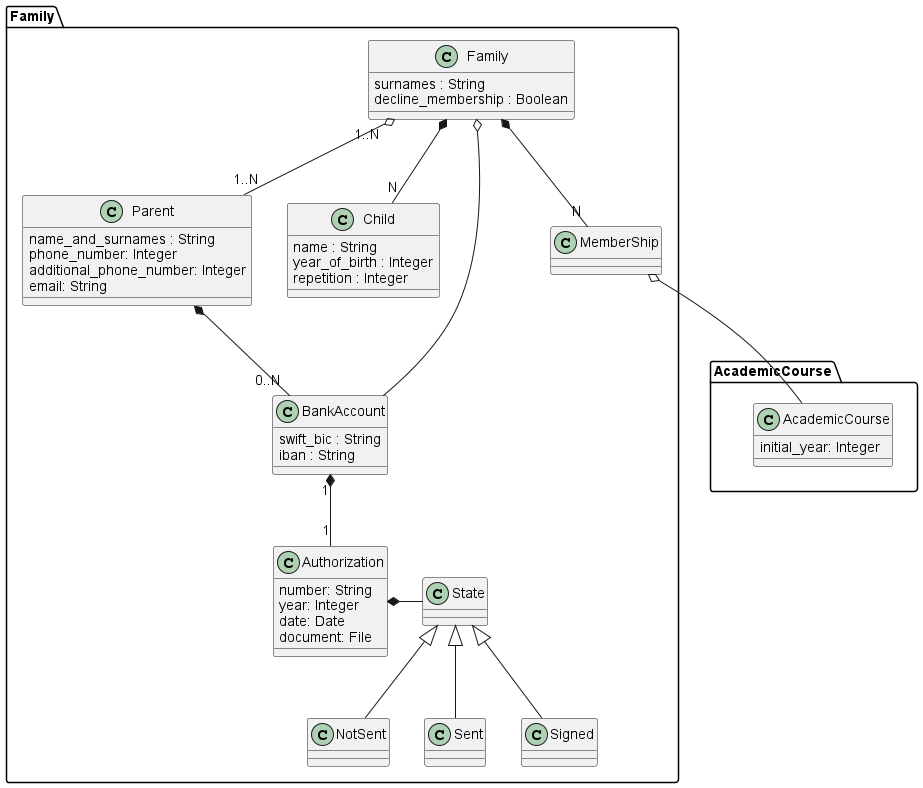
Earlier version of the PlantUML export doc/DomainModelDiagram/FamilyPackage/FamilyPackage.png (IgnacioMaestro/ampa-manager). Source of this version:
```plantuml
@startuml
package Family{
  class Family {
    surnames : String
    decline_membership : Boolean
  }
  class Parent {
    name_and_surnames : String
    phone_number: Integer
    additional_phone_number: Integer
    email: String
  }
  class Child {
    name : String
    year_of_birth : Integer
    repetition : Integer
  }
  class BankAccount {
    swift_bic : String
    iban : String
  }
  class Authorization{
    number: String
    year: Integer
    date: Date
    document: File
  }
  class State
  class NotSent
  class Sent
  class Signed

  NotSent -up-|> State
  Sent -up-|> State
  Signed -up-|> State
  Authorization *-right- State

  class MemberShip

  Family "1..N" o-- "1..N" Parent
  Family *-- "N" Child
  Parent *-- "0..N" BankAccount
  Family o-- BankAccount: ""
  BankAccount "1" *-- "1" Authorization
  Family *-- "N" MemberShip: ""
  MemberShip o-- AcademicCourse
}

package AcademicCourse{
  class AcademicCourse {
    initial_year: Integer
  }
}
@enduml
```
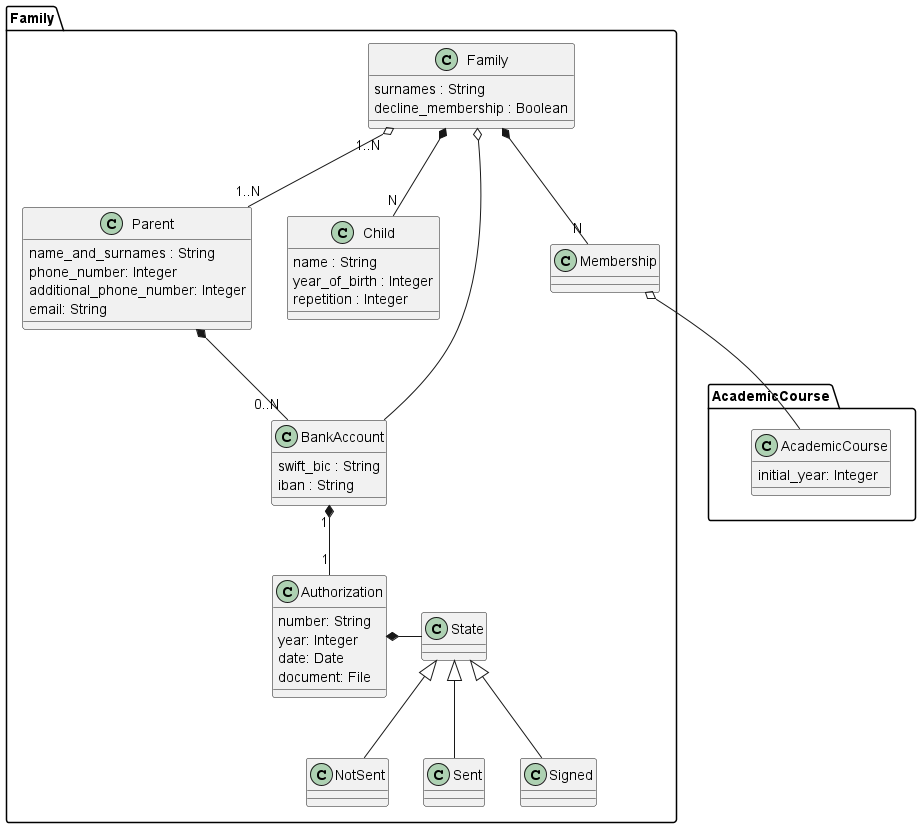
After the commit.

Change to the diagram source:
```diff
@@ -35,15 +35,15 @@
   Signed -up-|> State
   Authorization *-right- State
 
-  class MemberShip
+  class Membership
 
   Family "1..N" o-- "1..N" Parent
   Family *-- "N" Child
   Parent *-- "0..N" BankAccount
   Family o-- BankAccount: ""
   BankAccount "1" *-- "1" Authorization
-  Family *-- "N" MemberShip: ""
-  MemberShip o-- AcademicCourse
+  Family *-- "N" Membership: ""
+  Membership o-- AcademicCourse
 }
 
 package AcademicCourse{
```
